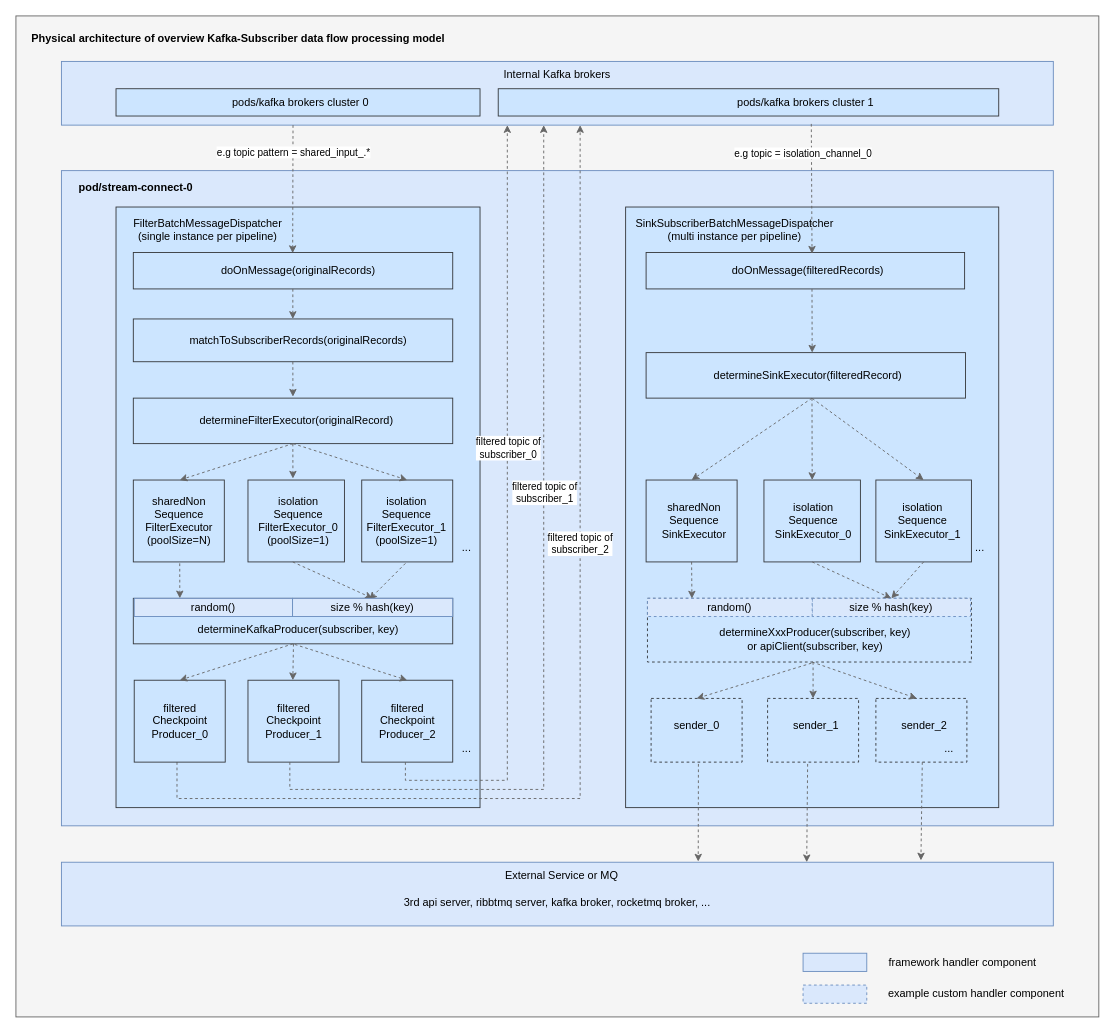
This is docs/diagram/physical-architecture-details-multitenant.drawio from wl4g/dataconnector, a draw.io file, before an edit. Source tidied: cells renumbered, new cells numbered last; positions are measured from the earlier drawing's top-left corner, leaving out a move shared by most shapes. Both pictures are drawn from the tidied source at 91%, with x=0, y=0 at pixel (15, 15).
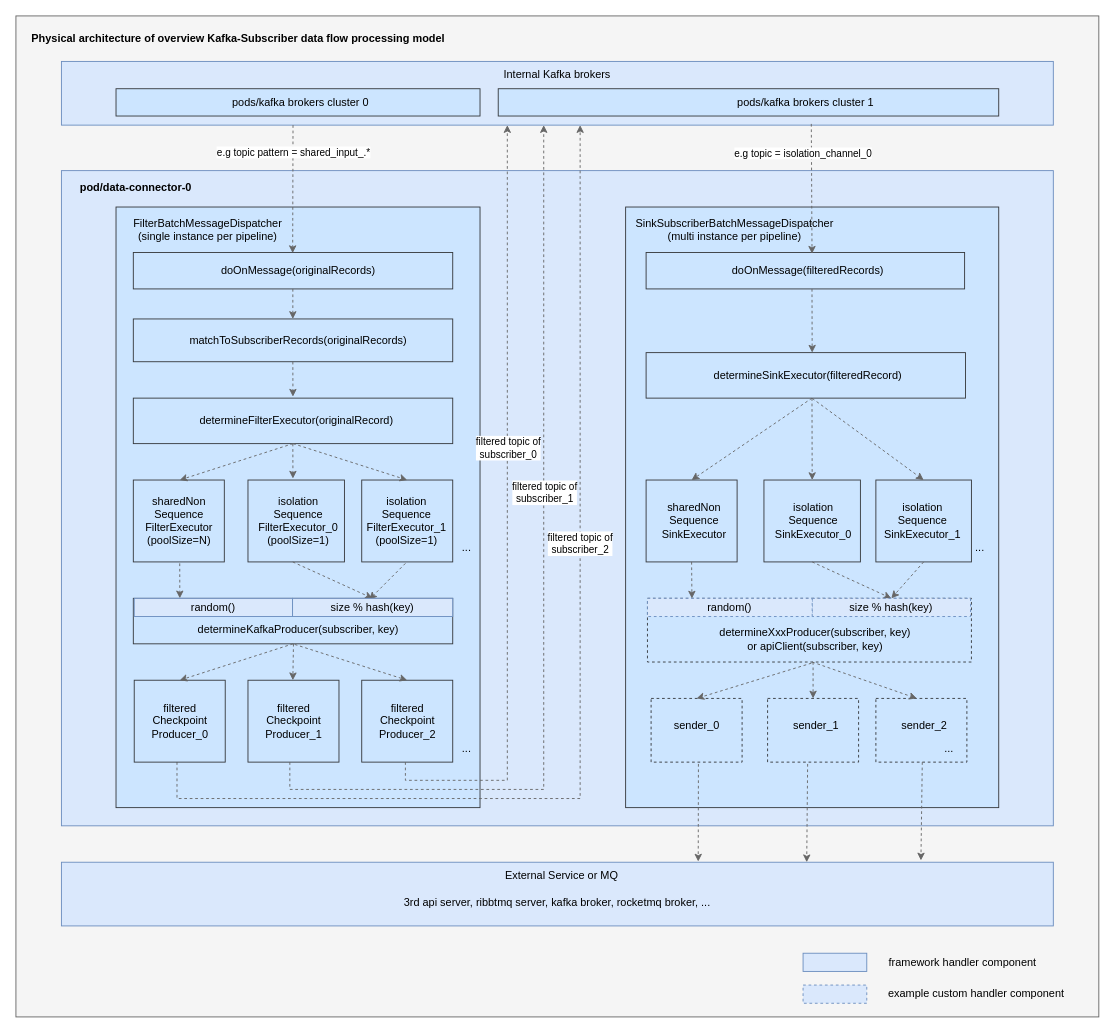
Above is the later version.

Change to the diagram source:
```diff
@@
-    <mxCell id="7" value="pod/stream-connect-0" style="text;html=1;strokeColor=none;fillColor=none;align=center;verticalAlign=middle;whiteSpace=wrap;rounded=0;fontStyle=1;" parent="1" vertex="1">
+    <mxCell id="7" value="pod/data-connector-0" style="text;html=1;strokeColor=none;fillColor=none;align=center;verticalAlign=middle;whiteSpace=wrap;rounded=0;fontStyle=1;" parent="1" vertex="1">
       <mxGeometry x="56" y="174" width="152" height="30" as="geometry" />
     </mxCell>
```
